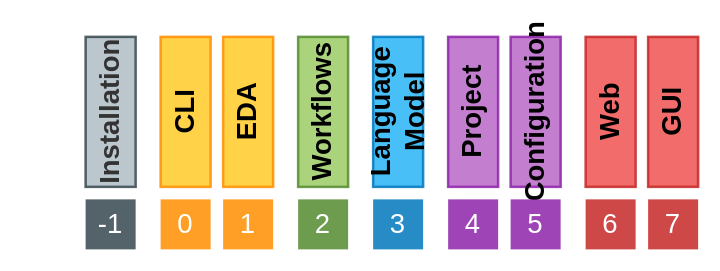
The draw.io diagram EDAA.drawio in edaa-org/edaa-org.github.io, before the edit. Source tidied: cells renumbered, new cells numbered last; positions are measured from the earlier drawing's top-left corner, leaving out a move shared by most shapes. Both pictures are drawn from the tidied source at 125%, with x=0, y=0 at pixel (35, 86).
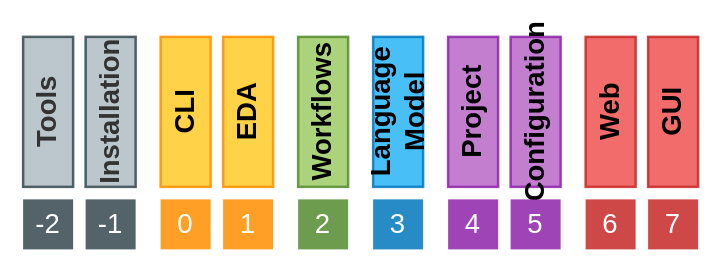
The same diagram, later.

Commit message (it also covers changes not shown here):
drawio: add layer '-2 | Tools'

Diff of the diagram source:
```diff
@@
+    <mxCell id="20" value="Tools" style="rounded=0;whiteSpace=wrap;html=1;fontColor=#333333;fontSize=22;fontStyle=1;rotation=-90;fontFamily=Teko;FType=g;strokeColor=#37474F;strokeWidth=2;fillColor=#b0bec5;opacity=85;" parent="1" vertex="1">
+      <mxGeometry x="-50" width="120" height="40" as="geometry" />
+    </mxCell>
+    <mxCell id="21" value="-2" style="rounded=0;whiteSpace=wrap;html=1;strokeColor=none;fontFamily=Teko;fontSize=22;fillColor=#37474f;fontColor=#FFFFFF;opacity=85;" parent="1" vertex="1">
+      <mxGeometry x="-10" y="90" width="40" height="40" as="geometry" />
+    </mxCell>
```
